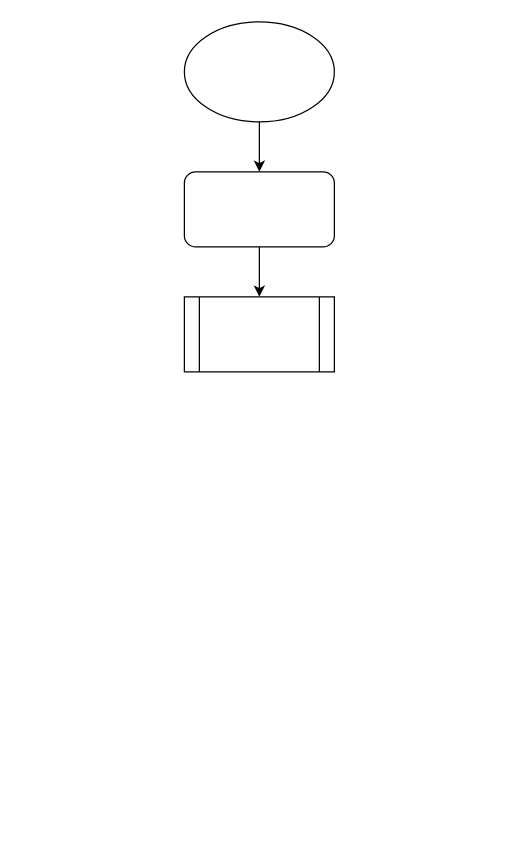
Before: 未命名绘图.drawio in tinjq/draw, a draw.io diagram. Source tidied: cells renumbered, new cells numbered last; positions are measured from the earlier drawing's top-left corner, leaving out a move shared by most shapes. Both pictures are drawn from the tidied source at 125%, with x=0, y=0 at pixel (184, 21).
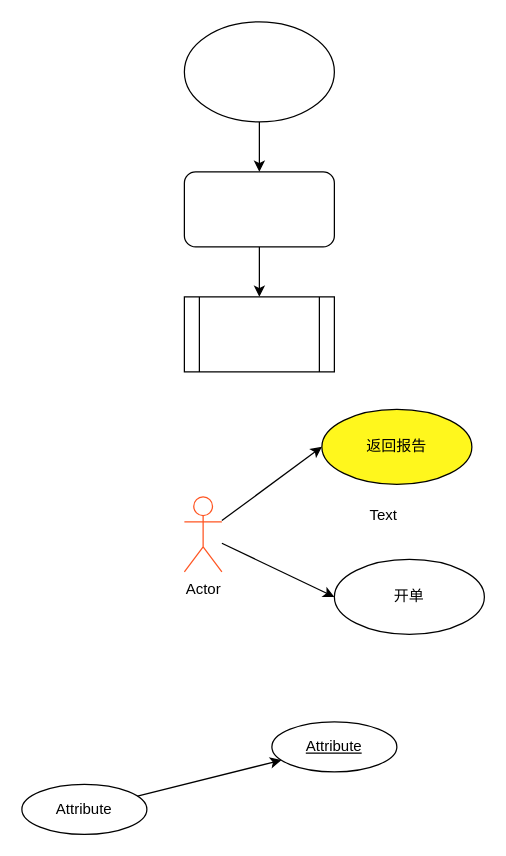
After the change.

Commit message:
更新未命名绘图.drawio

The edit, as a diff of the source:
```diff
@@
 <mxGraphModel>
   <root>
     <mxCell id="0" />
     <mxCell id="1" parent="0" />
     <mxCell id="2" style="edgeStyle=orthogonalEdgeStyle;rounded=0;jettySize=auto;html=1;entryX=0.5;entryY=0;entryDx=0;entryDy=0;" parent="1" edge="1" source="3" target="5">
       <mxGeometry relative="1" as="geometry" />
     </mxCell>
     <mxCell id="3" style="ellipse;whiteSpace=wrap;html=1;" parent="1" vertex="1">
       <mxGeometry width="120" height="80" as="geometry" />
     </mxCell>
     <mxCell id="4" style="edgeStyle=orthogonalEdgeStyle;rounded=0;jettySize=auto;html=1;exitX=0.5;exitY=1;exitDx=0;exitDy=0;entryX=0.5;entryY=0;entryDx=0;entryDy=0;" parent="1" edge="1" source="5" target="6">
       <mxGeometry relative="1" as="geometry" />
     </mxCell>
     <mxCell id="5" style="rounded=1;whiteSpace=wrap;html=1;" parent="1" vertex="1">
       <mxGeometry y="120" width="120" height="60" as="geometry" />
     </mxCell>
     <mxCell id="6" style="shape=process;whiteSpace=wrap;html=1;backgroundOutline=1;" parent="1" vertex="1">
       <mxGeometry y="220" width="120" height="60" as="geometry" />
     </mxCell>
+    <mxCell id="7" style="rounded=0;jettySize=auto;html=1;entryX=0;entryY=0.5;entryDx=0;entryDy=0;" parent="1" edge="1" source="9" target="10">
+      <mxGeometry relative="1" as="geometry" />
+    </mxCell>
+    <mxCell id="8" style="rounded=0;jettySize=auto;html=1;entryX=0;entryY=0.5;entryDx=0;entryDy=0;" parent="1" edge="1" source="9" target="14">
+      <mxGeometry relative="1" as="geometry" />
+    </mxCell>
+    <mxCell id="9" value="Actor" style="shape=umlActor;verticalLabelPosition=bottom;verticalAlign=top;html=1;strokeColor=#FF5522;" parent="1" vertex="1">
+      <mxGeometry y="380" width="30" height="60" as="geometry" />
+    </mxCell>
+    <mxCell id="10" value="返回报告" style="ellipse;whiteSpace=wrap;html=1;shadow=0;fillColor=#FFF71D;" parent="1" vertex="1">
+      <mxGeometry x="110" y="310" width="120" height="60" as="geometry" />
+    </mxCell>
+    <mxCell id="11" style="rounded=0;jettySize=auto;html=1;" parent="1" edge="1" source="12" target="13">
+      <mxGeometry relative="1" as="geometry" />
+    </mxCell>
+    <mxCell id="12" value="Attribute" style="ellipse;whiteSpace=wrap;html=1;align=center;" parent="1" vertex="1">
+      <mxGeometry x="-130" y="610" width="100" height="40" as="geometry" />
+    </mxCell>
+    <mxCell id="13" value="Attribute" style="ellipse;whiteSpace=wrap;html=1;align=center;fontStyle=4;" parent="1" vertex="1">
+      <mxGeometry x="70" y="560" width="100" height="40" as="geometry" />
+    </mxCell>
+    <mxCell id="14" value="开单" style="ellipse;whiteSpace=wrap;html=1;" parent="1" vertex="1">
+      <mxGeometry x="120" y="430" width="120" height="60" as="geometry" />
+    </mxCell>
+    <mxCell id="15" value="Text" style="text;html=1;align=center;verticalAlign=middle;strokeColor=none;fillColor=none;" parent="1" vertex="1">
+      <mxGeometry x="134" y="380" width="50" height="30" as="geometry" />
+    </mxCell>
   </root>
 </mxGraphModel>
```
